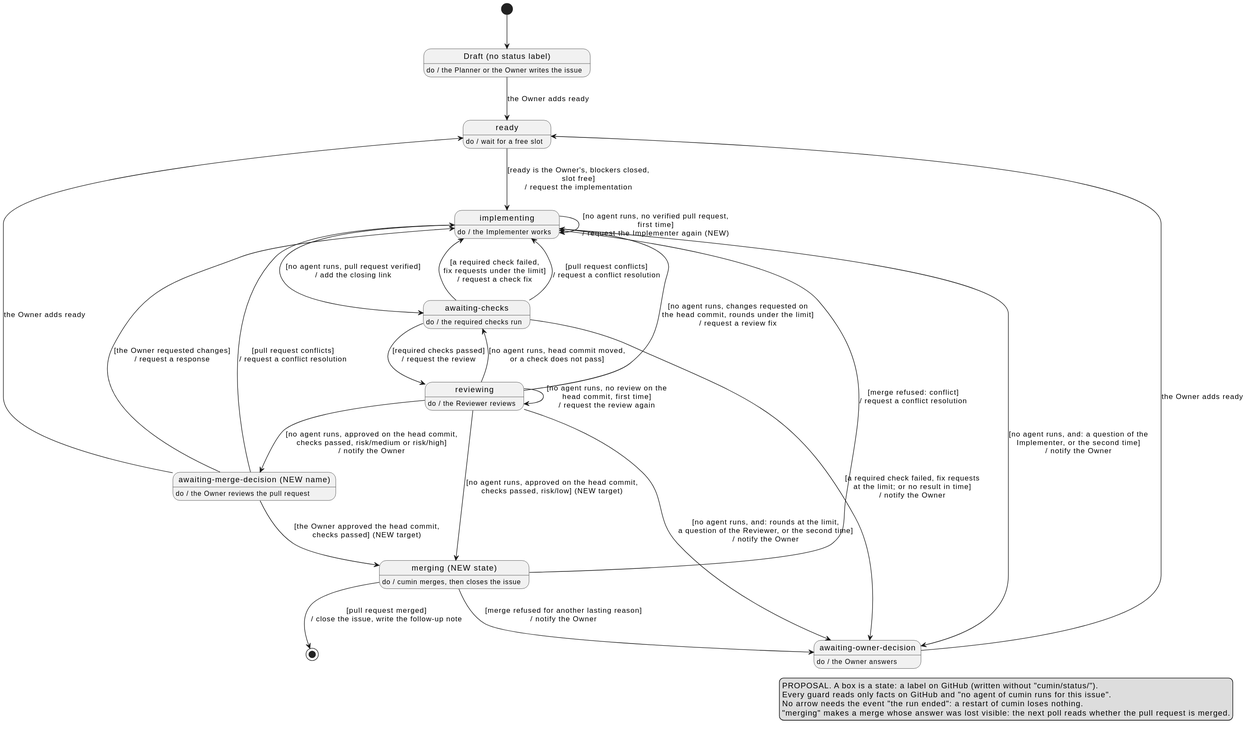
Earlier version of the PlantUML export docs/ja/requirements/workflow/proposal-implementation-issue-states.svg (cloveclovedev/cumin-works). Its diagram source:
```plantuml
@startuml

hide empty description

state "Draft (no status label)" as Draft
Draft : do / the Planner or the Owner writes the issue

state "ready" as Ready
Ready : do / wait for a free slot

state "implementing" as Implementing
Implementing : do / the Implementer works

state "awaiting-checks" as Checks
Checks : do / the required checks run

state "reviewing" as Reviewing
Reviewing : do / the Reviewer reviews

state "awaiting-merge-decision  (NEW name)" as OwnerReview
OwnerReview : do / the Owner reviews the pull request

state "merging  (NEW state)" as Merging
Merging : do / cumin merges, then closes the issue

state "awaiting-owner-decision" as Decision
Decision : do / the Owner answers

[*] --> Draft
Draft --> Ready : the Owner adds ready
Ready --> Implementing : [ready is the Owner's, blockers closed,\nslot free]\n/ request the implementation
Implementing --> Checks : [no agent runs, pull request verified]\n/ add the closing link
Implementing --> Implementing : [no agent runs, no verified pull request,\nfirst time]\n/ request the Implementer again  (NEW)
Implementing --> Decision : [no agent runs, and: a question of the\nImplementer, or the second time]\n/ notify the Owner
Checks --> Reviewing : [required checks passed]\n/ request the review
Checks --> Implementing : [a required check failed,\nfix requests under the limit]\n/ request a check fix
Checks --> Decision : [a required check failed, fix requests\nat the limit; or no result in time]\n/ notify the Owner
Checks --> Implementing : [pull request conflicts]\n/ request a conflict resolution
Reviewing --> Implementing : [no agent runs, changes requested on\nthe head commit, rounds under the limit]\n/ request a review fix
Reviewing --> Merging : [no agent runs, approved on the head commit,\nchecks passed, risk/low]  (NEW target)
Reviewing --> OwnerReview : [no agent runs, approved on the head commit,\nchecks passed, risk/medium or risk/high]\n/ notify the Owner
Reviewing --> Checks : [no agent runs, head commit moved,\nor a check does not pass]
Reviewing --> Reviewing : [no agent runs, no review on the\nhead commit, first time]\n/ request the review again
Reviewing --> Decision : [no agent runs, and: rounds at the limit,\na question of the Reviewer, or the second time]\n/ notify the Owner
OwnerReview --> Merging : [the Owner approved the head commit,\nchecks passed]  (NEW target)
OwnerReview --> Implementing : [the Owner requested changes]\n/ request a response
OwnerReview --> Implementing : [pull request conflicts]\n/ request a conflict resolution
OwnerReview --> Ready : the Owner adds ready
Merging --> [*] : [pull request merged]\n/ close the issue, write the follow-up note
Merging --> Implementing : [merge refused: conflict]\n/ request a conflict resolution
Merging --> Decision : [merge refused for another lasting reason]\n/ notify the Owner
Decision --> Ready : the Owner adds ready

legend right
  PROPOSAL. A box is a state: a label on GitHub (written without "cumin/status/").
  Every guard reads only facts on GitHub and "no agent of cumin runs for this issue".
  No arrow needs the event "the run ended": a restart of cumin loses nothing.
  "merging" makes a merge whose answer was lost visible: the next poll reads whether the pull request is merged.
endlegend
@enduml
```
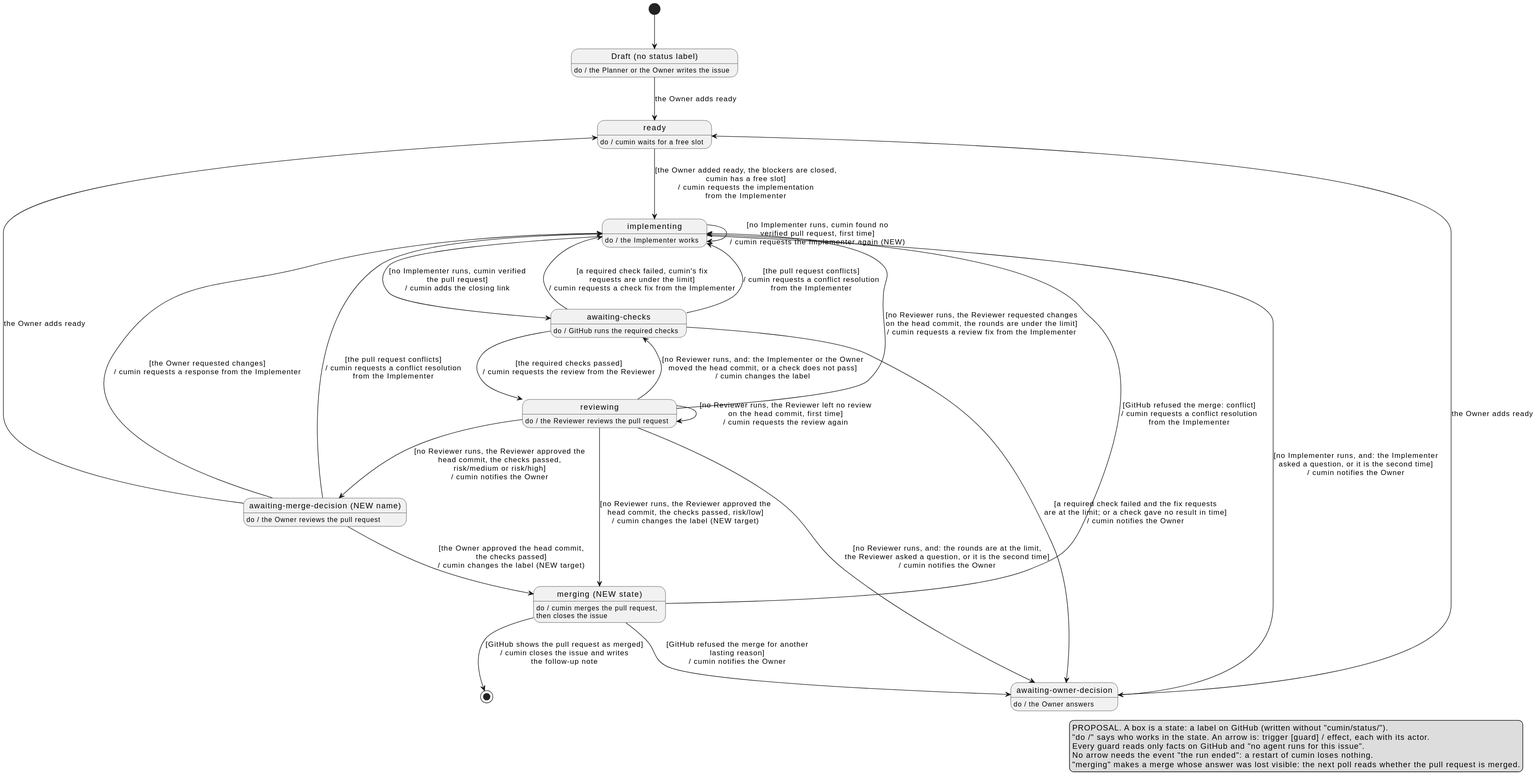
After the change.

Commit message:
docs(requirements): name who acts on every activity, guard, and effect of the proposal diagrams

The edit, as a diff of the source:
```diff
@@ -6,54 +6,55 @@
 Draft : do / the Planner or the Owner writes the issue
 
 state "ready" as Ready
-Ready : do / wait for a free slot
+Ready : do / cumin waits for a free slot
 
 state "implementing" as Implementing
 Implementing : do / the Implementer works
 
 state "awaiting-checks" as Checks
-Checks : do / the required checks run
+Checks : do / GitHub runs the required checks
 
 state "reviewing" as Reviewing
-Reviewing : do / the Reviewer reviews
+Reviewing : do / the Reviewer reviews the pull request
 
 state "awaiting-merge-decision  (NEW name)" as OwnerReview
 OwnerReview : do / the Owner reviews the pull request
 
 state "merging  (NEW state)" as Merging
-Merging : do / cumin merges, then closes the issue
+Merging : do / cumin merges the pull request,\nthen closes the issue
 
 state "awaiting-owner-decision" as Decision
 Decision : do / the Owner answers
 
 [*] --> Draft
 Draft --> Ready : the Owner adds ready
-Ready --> Implementing : [ready is the Owner's, blockers closed,\nslot free]\n/ request the implementation
-Implementing --> Checks : [no agent runs, pull request verified]\n/ add the closing link
-Implementing --> Implementing : [no agent runs, no verified pull request,\nfirst time]\n/ request the Implementer again  (NEW)
-Implementing --> Decision : [no agent runs, and: a question of the\nImplementer, or the second time]\n/ notify the Owner
-Checks --> Reviewing : [required checks passed]\n/ request the review
-Checks --> Implementing : [a required check failed,\nfix requests under the limit]\n/ request a check fix
-Checks --> Decision : [a required check failed, fix requests\nat the limit; or no result in time]\n/ notify the Owner
-Checks --> Implementing : [pull request conflicts]\n/ request a conflict resolution
-Reviewing --> Implementing : [no agent runs, changes requested on\nthe head commit, rounds under the limit]\n/ request a review fix
-Reviewing --> Merging : [no agent runs, approved on the head commit,\nchecks passed, risk/low]  (NEW target)
-Reviewing --> OwnerReview : [no agent runs, approved on the head commit,\nchecks passed, risk/medium or risk/high]\n/ notify the Owner
-Reviewing --> Checks : [no agent runs, head commit moved,\nor a check does not pass]
-Reviewing --> Reviewing : [no agent runs, no review on the\nhead commit, first time]\n/ request the review again
-Reviewing --> Decision : [no agent runs, and: rounds at the limit,\na question of the Reviewer, or the second time]\n/ notify the Owner
-OwnerReview --> Merging : [the Owner approved the head commit,\nchecks passed]  (NEW target)
-OwnerReview --> Implementing : [the Owner requested changes]\n/ request a response
-OwnerReview --> Implementing : [pull request conflicts]\n/ request a conflict resolution
+Ready --> Implementing : [the Owner added ready, the blockers are closed,\ncumin has a free slot]\n/ cumin requests the implementation\nfrom the Implementer
+Implementing --> Checks : [no Implementer runs, cumin verified\nthe pull request]\n/ cumin adds the closing link
+Implementing --> Implementing : [no Implementer runs, cumin found no\nverified pull request, first time]\n/ cumin requests the Implementer again  (NEW)
+Implementing --> Decision : [no Implementer runs, and: the Implementer\nasked a question, or it is the second time]\n/ cumin notifies the Owner
+Checks --> Reviewing : [the required checks passed]\n/ cumin requests the review from the Reviewer
+Checks --> Implementing : [a required check failed, cumin's fix\nrequests are under the limit]\n/ cumin requests a check fix from the Implementer
+Checks --> Decision : [a required check failed and the fix requests\nare at the limit; or a check gave no result in time]\n/ cumin notifies the Owner
+Checks --> Implementing : [the pull request conflicts]\n/ cumin requests a conflict resolution\nfrom the Implementer
+Reviewing --> Implementing : [no Reviewer runs, the Reviewer requested changes\non the head commit, the rounds are under the limit]\n/ cumin requests a review fix from the Implementer
+Reviewing --> Merging : [no Reviewer runs, the Reviewer approved the\nhead commit, the checks passed, risk/low]\n/ cumin changes the label  (NEW target)
+Reviewing --> OwnerReview : [no Reviewer runs, the Reviewer approved the\nhead commit, the checks passed,\nrisk/medium or risk/high]\n/ cumin notifies the Owner
+Reviewing --> Checks : [no Reviewer runs, and: the Implementer or the Owner\nmoved the head commit, or a check does not pass]\n/ cumin changes the label
+Reviewing --> Reviewing : [no Reviewer runs, the Reviewer left no review\non the head commit, first time]\n/ cumin requests the review again
+Reviewing --> Decision : [no Reviewer runs, and: the rounds are at the limit,\nthe Reviewer asked a question, or it is the second time]\n/ cumin notifies the Owner
+OwnerReview --> Merging : [the Owner approved the head commit,\nthe checks passed]\n/ cumin changes the label  (NEW target)
+OwnerReview --> Implementing : [the Owner requested changes]\n/ cumin requests a response from the Implementer
+OwnerReview --> Implementing : [the pull request conflicts]\n/ cumin requests a conflict resolution\nfrom the Implementer
 OwnerReview --> Ready : the Owner adds ready
-Merging --> [*] : [pull request merged]\n/ close the issue, write the follow-up note
-Merging --> Implementing : [merge refused: conflict]\n/ request a conflict resolution
-Merging --> Decision : [merge refused for another lasting reason]\n/ notify the Owner
+Merging --> [*] : [GitHub shows the pull request as merged]\n/ cumin closes the issue and writes\nthe follow-up note
+Merging --> Implementing : [GitHub refused the merge: conflict]\n/ cumin requests a conflict resolution\nfrom the Implementer
+Merging --> Decision : [GitHub refused the merge for another\nlasting reason]\n/ cumin notifies the Owner
 Decision --> Ready : the Owner adds ready
 
 legend right
   PROPOSAL. A box is a state: a label on GitHub (written without "cumin/status/").
-  Every guard reads only facts on GitHub and "no agent of cumin runs for this issue".
+  "do /" says who works in the state. An arrow is: trigger [guard] / effect, each with its actor.
+  Every guard reads only facts on GitHub and "no agent runs for this issue".
   No arrow needs the event "the run ended": a restart of cumin loses nothing.
   "merging" makes a merge whose answer was lost visible: the next poll reads whether the pull request is merged.
 endlegend
```
